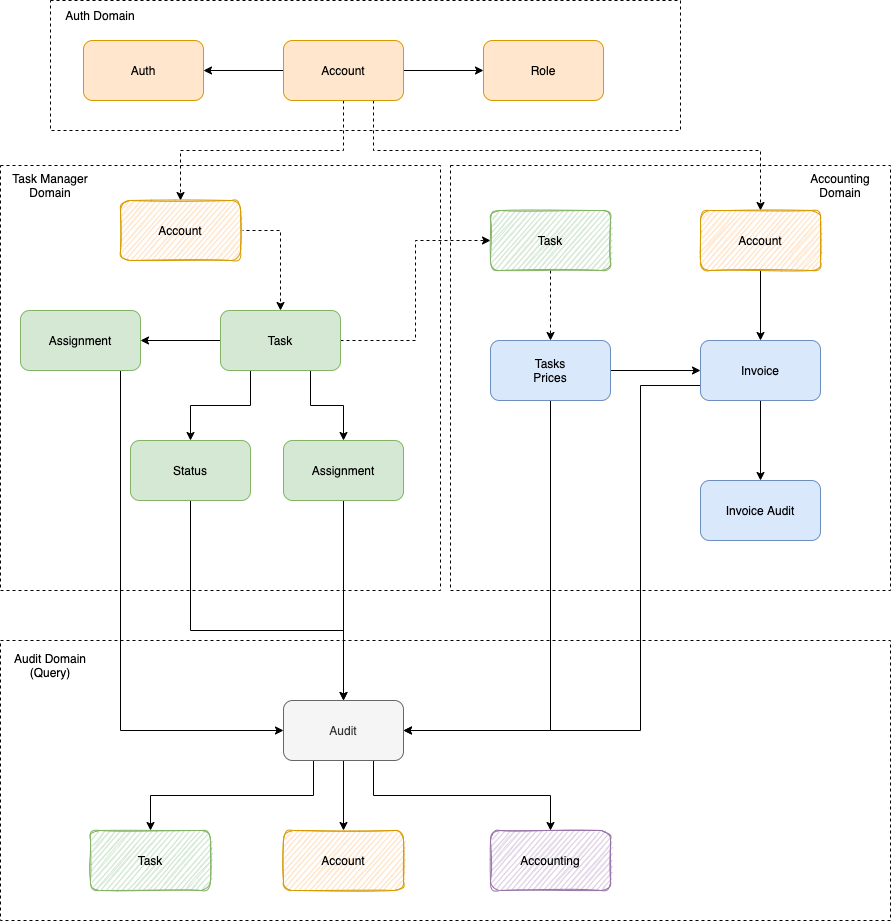
Above: ModelATEM.png in RVRhub/aTES-UberPopug (draw.io), before the change. Source tidied: cells renumbered, new cells last; positions are measured from the earlier drawing's top-left corner, leaving out a move shared by most shapes.
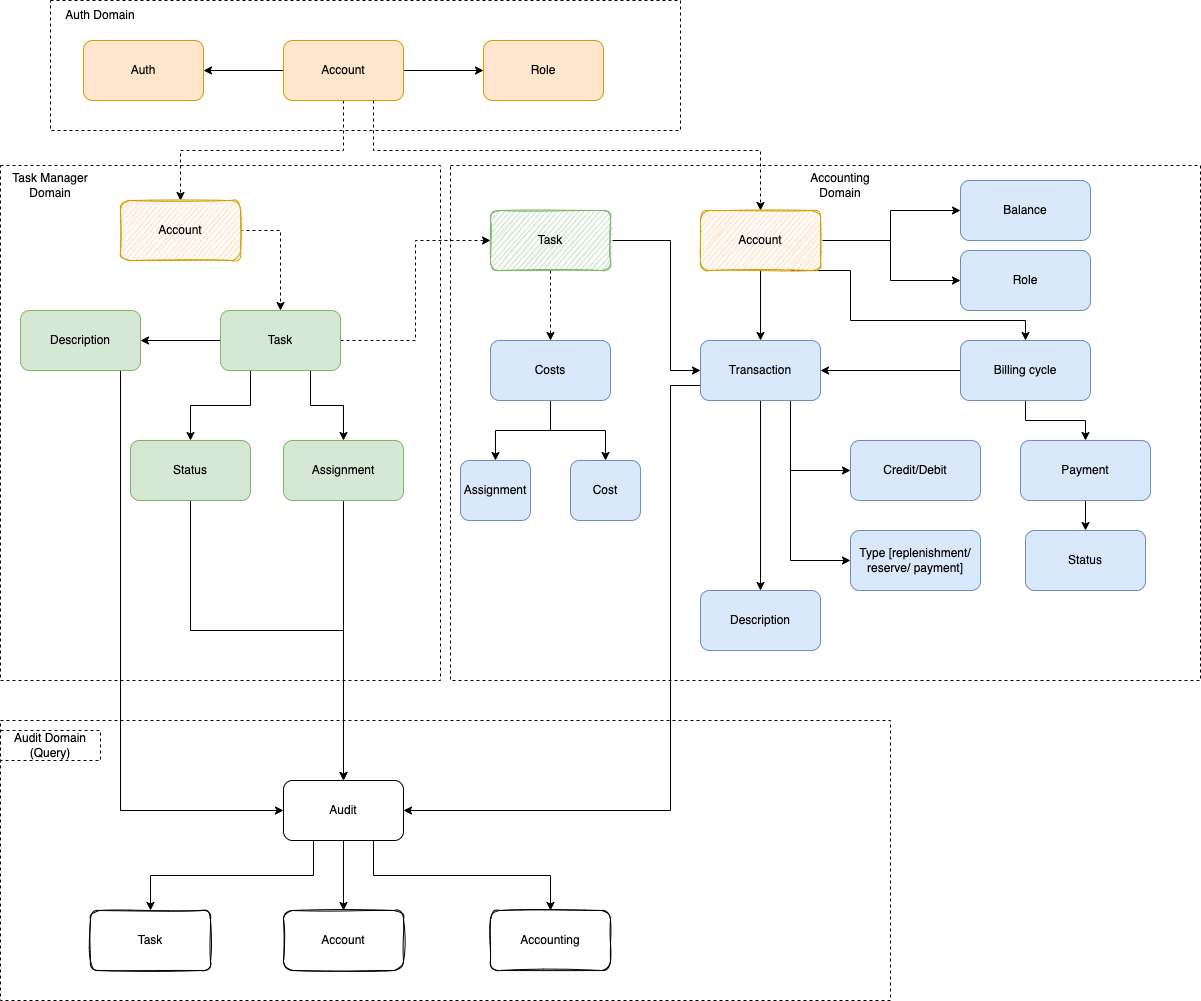
The same file after the commit.

Commit message:
NO_TASK: Update event storm and model diagrams

Diff of the diagram source:
```diff
@@ -2,14 +2,14 @@
   <root>
     <mxCell id="0" />
     <mxCell id="1" parent="0" />
-    <mxCell id="2" style="rounded=0;whiteSpace=wrap;html=1;dashed=1;" parent="1" vertex="1">
-      <mxGeometry y="640" width="890" height="280" as="geometry" />
+    <mxCell id="2" style="rounded=0;whiteSpace=wrap;html=1;dashed=1;fillColor=default;strokeColor=default;fontColor=default;" parent="1" vertex="1">
+      <mxGeometry y="720" width="890" height="280" as="geometry" />
     </mxCell>
-    <mxCell id="3" style="rounded=0;whiteSpace=wrap;html=1;dashed=1;" parent="1" vertex="1">
-      <mxGeometry x="450" y="165" width="440" height="425" as="geometry" />
+    <mxCell id="3" style="rounded=0;whiteSpace=wrap;html=1;dashed=1;fillColor=default;strokeColor=default;fontColor=default;" parent="1" vertex="1">
+      <mxGeometry x="450" y="165" width="750" height="515" as="geometry" />
     </mxCell>
-    <mxCell id="4" style="rounded=0;whiteSpace=wrap;html=1;dashed=1;" parent="1" vertex="1">
-      <mxGeometry y="165" width="440" height="425" as="geometry" />
+    <mxCell id="4" style="rounded=0;whiteSpace=wrap;html=1;dashed=1;fillColor=default;strokeColor=default;fontColor=default;" parent="1" vertex="1">
+      <mxGeometry y="165" width="440" height="515" as="geometry" />
     </mxCell>
     <mxCell id="5" style="rounded=0;whiteSpace=wrap;html=1;dashed=1;" parent="1" vertex="1">
       <mxGeometry x="50" width="630" height="130" as="geometry" />
@@ -71,14 +71,14 @@
     <mxCell id="19" value="Status" style="rounded=1;whiteSpace=wrap;html=1;fillColor=#d5e8d4;strokeColor=#82b366;" parent="1" vertex="1">
       <mxGeometry x="130" y="440" width="120" height="60" as="geometry" />
     </mxCell>
-    <mxCell id="20" style="edgeStyle=orthogonalEdgeStyle;rounded=0;jettySize=auto;html=1;entryX=0;entryY=0.5;entryDx=0;entryDy=0;" parent="1" edge="1" source="21" target="33">
+    <mxCell id="20" style="edgeStyle=orthogonalEdgeStyle;rounded=0;jettySize=auto;html=1;entryX=0;entryY=0.5;entryDx=0;entryDy=0;strokeColor=default;labelBackgroundColor=default;fontColor=default;" parent="1" edge="1" source="21" target="33">
       <mxGeometry relative="1" as="geometry">
         <Array as="points">
-          <mxPoint x="120" y="730" />
+          <mxPoint x="120" y="810" />
         </Array>
       </mxGeometry>
     </mxCell>
-    <mxCell id="21" value="Assignment" style="rounded=1;whiteSpace=wrap;html=1;fillColor=#d5e8d4;strokeColor=#82b366;" parent="1" vertex="1">
+    <mxCell id="21" value="Description" style="rounded=1;whiteSpace=wrap;html=1;fillColor=#d5e8d4;strokeColor=#82b366;" parent="1" vertex="1">
       <mxGeometry x="20" y="310" width="120" height="60" as="geometry" />
     </mxCell>
     <mxCell id="22" style="edgeStyle=orthogonalEdgeStyle;rounded=0;jettySize=auto;html=1;exitX=0.5;exitY=1;exitDx=0;exitDy=0;entryX=0.5;entryY=0;entryDx=0;entryDy=0;" parent="1" edge="1" source="23" target="33">
@@ -87,40 +87,62 @@
     <mxCell id="23" value="Assignment" style="rounded=1;whiteSpace=wrap;html=1;fillColor=#d5e8d4;strokeColor=#82b366;" parent="1" vertex="1">
       <mxGeometry x="283" y="440" width="120" height="60" as="geometry" />
     </mxCell>
-    <mxCell id="24" style="edgeStyle=orthogonalEdgeStyle;rounded=0;jettySize=auto;html=1;entryX=0;entryY=0.5;entryDx=0;entryDy=0;" parent="1" edge="1" source="26" target="29">
-      <mxGeometry relative="1" as="geometry" />
+    <mxCell id="24" style="edgeStyle=orthogonalEdgeStyle;rounded=0;jettySize=auto;html=1;entryX=0;entryY=0.5;entryDx=0;entryDy=0;exitX=1;exitY=0.5;exitDx=0;exitDy=0;strokeColor=default;labelBackgroundColor=default;fontColor=default;" parent="1" edge="1" source="38" target="29">
+      <mxGeometry relative="1" as="geometry">
+        <Array as="points">
+          <mxPoint x="670" y="240" />
+          <mxPoint x="670" y="370" />
+        </Array>
+      </mxGeometry>
     </mxCell>
-    <mxCell id="25" style="edgeStyle=orthogonalEdgeStyle;rounded=0;jettySize=auto;html=1;exitX=0.5;exitY=1;exitDx=0;exitDy=0;entryX=1;entryY=0.5;entryDx=0;entryDy=0;" parent="1" edge="1" source="26" target="33">
-      <mxGeometry relative="1" as="geometry" />
-    </mxCell>
+    <mxCell id="48" style="edgeStyle=orthogonalEdgeStyle;rounded=0;jettySize=auto;html=1;entryX=0.5;entryY=0;entryDx=0;entryDy=0;labelBackgroundColor=default;fontColor=default;strokeColor=default;strokeWidth=1;fillColor=default;" parent="1" edge="1" source="26" target="55">
+      <mxGeometry relative="1" as="geometry" />
+    </mxCell>
+    <mxCell id="49" style="edgeStyle=orthogonalEdgeStyle;rounded=0;jettySize=auto;html=1;entryX=0.5;entryY=0;entryDx=0;entryDy=0;labelBackgroundColor=default;fontColor=default;strokeColor=default;strokeWidth=1;fillColor=default;" parent="1" edge="1" source="26" target="56">
+      <mxGeometry relative="1" as="geometry" />
+    </mxCell>
-    <mxCell id="26" value="Tasks&lt;br&gt;Prices" style="rounded=1;whiteSpace=wrap;html=1;fillColor=#dae8fc;strokeColor=#6c8ebf;" parent="1" vertex="1">
+    <mxCell id="26" value="Costs" style="rounded=1;whiteSpace=wrap;html=1;fillColor=#dae8fc;strokeColor=#6c8ebf;fontColor=default;" parent="1" vertex="1">
       <mxGeometry x="490" y="340" width="120" height="60" as="geometry" />
     </mxCell>
     <mxCell id="27" style="edgeStyle=orthogonalEdgeStyle;rounded=0;jettySize=auto;html=1;exitX=0.5;exitY=1;exitDx=0;exitDy=0;entryX=0.5;entryY=0;entryDx=0;entryDy=0;" parent="1" edge="1" source="29" target="43">
       <mxGeometry relative="1" as="geometry" />
     </mxCell>
-    <mxCell id="28" style="edgeStyle=orthogonalEdgeStyle;rounded=0;jettySize=auto;html=1;exitX=0;exitY=0.75;exitDx=0;exitDy=0;entryX=1;entryY=0.5;entryDx=0;entryDy=0;" parent="1" edge="1" source="29" target="33">
+    <mxCell id="28" style="edgeStyle=orthogonalEdgeStyle;rounded=0;jettySize=auto;html=1;exitX=0;exitY=0.75;exitDx=0;exitDy=0;entryX=1;entryY=0.5;entryDx=0;entryDy=0;strokeColor=default;labelBackgroundColor=default;fontColor=default;" parent="1" edge="1" source="29" target="33">
       <mxGeometry relative="1" as="geometry">
         <Array as="points">
-          <mxPoint x="640" y="385" />
-          <mxPoint x="640" y="730" />
+          <mxPoint x="670" y="385" />
+          <mxPoint x="670" y="810" />
         </Array>
       </mxGeometry>
     </mxCell>
+    <mxCell id="50" style="edgeStyle=orthogonalEdgeStyle;rounded=0;jettySize=auto;html=1;entryX=0;entryY=0.5;entryDx=0;entryDy=0;labelBackgroundColor=default;fontColor=default;strokeColor=default;strokeWidth=1;fillColor=default;exitX=0.75;exitY=1;exitDx=0;exitDy=0;" parent="1" edge="1" source="29" target="58">
+      <mxGeometry relative="1" as="geometry">
+        <Array as="points">
+          <mxPoint x="790" y="470" />
+        </Array>
+      </mxGeometry>
+    </mxCell>
+    <mxCell id="51" style="edgeStyle=orthogonalEdgeStyle;rounded=0;jettySize=auto;html=1;exitX=0.75;exitY=1;exitDx=0;exitDy=0;entryX=0;entryY=0.5;entryDx=0;entryDy=0;labelBackgroundColor=default;fontColor=default;strokeColor=default;strokeWidth=1;fillColor=default;" parent="1" edge="1" source="29" target="57">
+      <mxGeometry relative="1" as="geometry">
+        <Array as="points">
+          <mxPoint x="790" y="560" />
+        </Array>
+      </mxGeometry>
+    </mxCell>
-    <mxCell id="29" value="Invoice" style="rounded=1;whiteSpace=wrap;html=1;fillColor=#dae8fc;strokeColor=#6c8ebf;" parent="1" vertex="1">
+    <mxCell id="29" value="Transaction" style="rounded=1;whiteSpace=wrap;html=1;fillColor=#dae8fc;strokeColor=#6c8ebf;fontColor=default;" parent="1" vertex="1">
       <mxGeometry x="700" y="340" width="120" height="60" as="geometry" />
     </mxCell>
-    <mxCell id="30" style="edgeStyle=orthogonalEdgeStyle;rounded=0;jettySize=auto;html=1;exitX=0.5;exitY=1;exitDx=0;exitDy=0;entryX=0.5;entryY=0;entryDx=0;entryDy=0;" parent="1" edge="1" source="33" target="44">
+    <mxCell id="30" style="edgeStyle=orthogonalEdgeStyle;rounded=0;jettySize=auto;html=1;exitX=0.5;exitY=1;exitDx=0;exitDy=0;entryX=0.5;entryY=0;entryDx=0;entryDy=0;fillColor=default;strokeColor=default;fontColor=default;" parent="1" edge="1" source="33" target="44">
       <mxGeometry relative="1" as="geometry" />
     </mxCell>
-    <mxCell id="31" style="edgeStyle=orthogonalEdgeStyle;rounded=0;jettySize=auto;html=1;exitX=0.25;exitY=1;exitDx=0;exitDy=0;" parent="1" edge="1" source="33" target="46">
+    <mxCell id="31" style="edgeStyle=orthogonalEdgeStyle;rounded=0;jettySize=auto;html=1;exitX=0.25;exitY=1;exitDx=0;exitDy=0;fillColor=default;strokeColor=default;fontColor=default;" parent="1" edge="1" source="33" target="46">
       <mxGeometry relative="1" as="geometry" />
     </mxCell>
-    <mxCell id="32" style="edgeStyle=orthogonalEdgeStyle;rounded=0;jettySize=auto;html=1;exitX=0.75;exitY=1;exitDx=0;exitDy=0;entryX=0.5;entryY=0;entryDx=0;entryDy=0;" parent="1" edge="1" source="33" target="45">
+    <mxCell id="32" style="edgeStyle=orthogonalEdgeStyle;rounded=0;jettySize=auto;html=1;exitX=0.75;exitY=1;exitDx=0;exitDy=0;entryX=0.5;entryY=0;entryDx=0;entryDy=0;fillColor=default;strokeColor=default;fontColor=default;" parent="1" edge="1" source="33" target="45">
       <mxGeometry relative="1" as="geometry" />
     </mxCell>
-    <mxCell id="33" value="Audit" style="rounded=1;whiteSpace=wrap;html=1;fillColor=#f5f5f5;fontColor=#333333;strokeColor=#666666;" parent="1" vertex="1">
-      <mxGeometry x="283" y="700" width="120" height="60" as="geometry" />
+    <mxCell id="33" value="Audit" style="rounded=1;whiteSpace=wrap;html=1;fillColor=default;fontColor=default;strokeColor=default;" parent="1" vertex="1">
+      <mxGeometry x="283" y="780" width="120" height="60" as="geometry" />
     </mxCell>
     <mxCell id="34" value="Auth Domain" style="text;html=1;strokeColor=none;fillColor=none;align=center;verticalAlign=middle;whiteSpace=wrap;rounded=0;dashed=1;" parent="1" vertex="1">
       <mxGeometry x="50" width="100" height="30" as="geometry" />
@@ -140,6 +162,26 @@
     <mxCell id="39" style="edgeStyle=orthogonalEdgeStyle;rounded=0;jettySize=auto;html=1;exitX=0.5;exitY=1;exitDx=0;exitDy=0;entryX=0.5;entryY=0;entryDx=0;entryDy=0;" parent="1" edge="1" source="40" target="29">
       <mxGeometry relative="1" as="geometry" />
     </mxCell>
+    <mxCell id="52" style="edgeStyle=orthogonalEdgeStyle;rounded=0;jettySize=auto;html=1;labelBackgroundColor=default;fontColor=default;strokeColor=default;strokeWidth=1;fillColor=default;" parent="1" edge="1" source="40" target="63">
+      <mxGeometry relative="1" as="geometry" />
+    </mxCell>
+    <mxCell id="53" style="edgeStyle=orthogonalEdgeStyle;rounded=0;jettySize=auto;html=1;exitX=1;exitY=0.5;exitDx=0;exitDy=0;entryX=0;entryY=0.5;entryDx=0;entryDy=0;labelBackgroundColor=default;fontColor=default;strokeColor=default;strokeWidth=1;fillColor=default;" parent="1" edge="1" source="40" target="62">
+      <mxGeometry relative="1" as="geometry">
+        <Array as="points">
+          <mxPoint x="890" y="240" />
+          <mxPoint x="890" y="280" />
+        </Array>
+      </mxGeometry>
+    </mxCell>
+    <mxCell id="54" style="edgeStyle=orthogonalEdgeStyle;rounded=0;jettySize=auto;html=1;exitX=0.75;exitY=1;exitDx=0;exitDy=0;entryX=0.5;entryY=0;entryDx=0;entryDy=0;labelBackgroundColor=default;fontColor=default;strokeColor=default;strokeWidth=1;fillColor=default;" parent="1" edge="1" source="40" target="61">
+      <mxGeometry relative="1" as="geometry">
+        <Array as="points">
+          <mxPoint x="850" y="270" />
+          <mxPoint x="850" y="320" />
+          <mxPoint x="1025" y="320" />
+        </Array>
+      </mxGeometry>
+    </mxCell>
     <mxCell id="40" value="Account" style="rounded=1;whiteSpace=wrap;html=1;fillColor=#ffe6cc;strokeColor=#d79b00;gradientDirection=north;shadow=0;sketch=1;glass=0;" parent="1" vertex="1">
       <mxGeometry x="700" y="210" width="120" height="60" as="geometry" />
     </mxCell>
@@ -149,20 +191,60 @@
     <mxCell id="42" value="Accounting Domain" style="text;html=1;strokeColor=none;fillColor=none;align=center;verticalAlign=middle;whiteSpace=wrap;rounded=0;dashed=1;" parent="1" vertex="1">
       <mxGeometry x="790" y="170" width="100" height="30" as="geometry" />
     </mxCell>
-    <mxCell id="43" value="Invoice Audit" style="rounded=1;whiteSpace=wrap;html=1;fillColor=#dae8fc;strokeColor=#6c8ebf;" parent="1" vertex="1">
-      <mxGeometry x="700" y="480" width="120" height="60" as="geometry" />
+    <mxCell id="43" value="Description" style="rounded=1;whiteSpace=wrap;html=1;fillColor=#dae8fc;strokeColor=#6c8ebf;fontColor=default;" parent="1" vertex="1">
+      <mxGeometry x="700" y="590" width="120" height="60" as="geometry" />
     </mxCell>
-    <mxCell id="44" value="Account" style="rounded=1;whiteSpace=wrap;html=1;fillColor=#ffe6cc;strokeColor=#d79b00;gradientDirection=north;shadow=0;sketch=1;glass=0;" parent="1" vertex="1">
-      <mxGeometry x="283" y="830" width="120" height="60" as="geometry" />
+    <mxCell id="44" value="Account" style="rounded=1;whiteSpace=wrap;html=1;fillColor=default;strokeColor=default;gradientDirection=north;shadow=0;sketch=1;glass=0;fontColor=default;" parent="1" vertex="1">
+      <mxGeometry x="283" y="910" width="120" height="60" as="geometry" />
     </mxCell>
-    <mxCell id="45" value="Accounting" style="rounded=1;whiteSpace=wrap;html=1;fillColor=#e1d5e7;strokeColor=#9673a6;shadow=0;sketch=1;" parent="1" vertex="1">
-      <mxGeometry x="490" y="830" width="120" height="60" as="geometry" />
+    <mxCell id="45" value="Accounting" style="rounded=1;whiteSpace=wrap;html=1;fillColor=default;strokeColor=default;shadow=0;sketch=1;fontColor=default;" parent="1" vertex="1">
+      <mxGeometry x="490" y="910" width="120" height="60" as="geometry" />
     </mxCell>
-    <mxCell id="46" value="Task" style="rounded=1;whiteSpace=wrap;html=1;fillColor=#d5e8d4;strokeColor=#82b366;shadow=0;sketch=1;" parent="1" vertex="1">
-      <mxGeometry x="90" y="830" width="120" height="60" as="geometry" />
+    <mxCell id="46" value="Task" style="rounded=1;whiteSpace=wrap;html=1;fillColor=default;strokeColor=default;shadow=0;sketch=1;fontColor=default;" parent="1" vertex="1">
+      <mxGeometry x="90" y="910" width="120" height="60" as="geometry" />
     </mxCell>
-    <mxCell id="47" value="Audit Domain&lt;br&gt;(Query)" style="text;html=1;strokeColor=none;fillColor=none;align=center;verticalAlign=middle;whiteSpace=wrap;rounded=0;dashed=1;" parent="1" vertex="1">
-      <mxGeometry y="650" width="100" height="30" as="geometry" />
+    <mxCell id="47" value="Audit Domain&lt;br&gt;(Query)" style="text;html=1;strokeColor=default;fillColor=default;align=center;verticalAlign=middle;whiteSpace=wrap;rounded=0;dashed=1;fontColor=default;" parent="1" vertex="1">
+      <mxGeometry y="730" width="100" height="30" as="geometry" />
     </mxCell>
+    <mxCell id="55" value="Assignment" style="rounded=1;whiteSpace=wrap;html=1;fillColor=#dae8fc;strokeColor=#6c8ebf;fontColor=default;" parent="1" vertex="1">
+      <mxGeometry x="460" y="460" width="70" height="60" as="geometry" />
+    </mxCell>
+    <mxCell id="56" value="Cost" style="rounded=1;whiteSpace=wrap;html=1;fillColor=#dae8fc;strokeColor=#6c8ebf;fontColor=default;" parent="1" vertex="1">
+      <mxGeometry x="570" y="460" width="70" height="60" as="geometry" />
+    </mxCell>
+    <mxCell id="57" value="Type [replenishment/ reserve/ payment]" style="rounded=1;whiteSpace=wrap;html=1;fillColor=#dae8fc;strokeColor=#6c8ebf;fontColor=default;" parent="1" vertex="1">
+      <mxGeometry x="850" y="530" width="130" height="60" as="geometry" />
+    </mxCell>
+    <mxCell id="58" value="Credit/Debit" style="rounded=1;whiteSpace=wrap;html=1;fillColor=#dae8fc;strokeColor=#6c8ebf;fontColor=default;" parent="1" vertex="1">
+      <mxGeometry x="850" y="440" width="130" height="60" as="geometry" />
+    </mxCell>
+    <mxCell id="59" style="edgeStyle=orthogonalEdgeStyle;rounded=0;jettySize=auto;html=1;exitX=0;exitY=0.5;exitDx=0;exitDy=0;labelBackgroundColor=default;fontColor=default;strokeColor=default;strokeWidth=1;fillColor=default;" parent="1" edge="1" source="61" target="29">
+      <mxGeometry relative="1" as="geometry">
+        <Array as="points">
+          <mxPoint x="960" y="370" />
+        </Array>
+      </mxGeometry>
+    </mxCell>
+    <mxCell id="60" style="edgeStyle=orthogonalEdgeStyle;rounded=0;jettySize=auto;html=1;exitX=0.5;exitY=1;exitDx=0;exitDy=0;labelBackgroundColor=default;fontColor=default;strokeColor=default;strokeWidth=1;fillColor=default;" parent="1" edge="1" source="61" target="65">
+      <mxGeometry relative="1" as="geometry" />
+    </mxCell>
+    <mxCell id="61" value="Billing cycle" style="rounded=1;whiteSpace=wrap;html=1;fillColor=#dae8fc;strokeColor=#6c8ebf;fontColor=default;" parent="1" vertex="1">
+      <mxGeometry x="960" y="340" width="130" height="60" as="geometry" />
+    </mxCell>
+    <mxCell id="62" value="Role" style="rounded=1;whiteSpace=wrap;html=1;fillColor=#dae8fc;strokeColor=#6c8ebf;fontColor=default;" parent="1" vertex="1">
+      <mxGeometry x="960" y="250" width="130" height="60" as="geometry" />
+    </mxCell>
+    <mxCell id="63" value="Balance" style="rounded=1;whiteSpace=wrap;html=1;fillColor=#dae8fc;strokeColor=#6c8ebf;fontColor=default;" parent="1" vertex="1">
+      <mxGeometry x="960" y="180" width="130" height="60" as="geometry" />
+    </mxCell>
+    <mxCell id="64" style="edgeStyle=orthogonalEdgeStyle;rounded=0;jettySize=auto;html=1;labelBackgroundColor=default;fontColor=default;strokeColor=default;strokeWidth=1;fillColor=default;" parent="1" edge="1" source="65" target="66">
+      <mxGeometry relative="1" as="geometry" />
+    </mxCell>
+    <mxCell id="65" value="Payment" style="rounded=1;whiteSpace=wrap;html=1;fillColor=#dae8fc;strokeColor=#6c8ebf;fontColor=default;" parent="1" vertex="1">
+      <mxGeometry x="1020" y="440" width="130" height="60" as="geometry" />
+    </mxCell>
+    <mxCell id="66" value="Status" style="whiteSpace=wrap;html=1;rounded=1;strokeColor=#6c8ebf;fillColor=#dae8fc;fontColor=default;" parent="1" vertex="1">
+      <mxGeometry x="1025" y="530" width="120" height="60" as="geometry" />
+    </mxCell>
   </root>
 </mxGraphModel>
```
